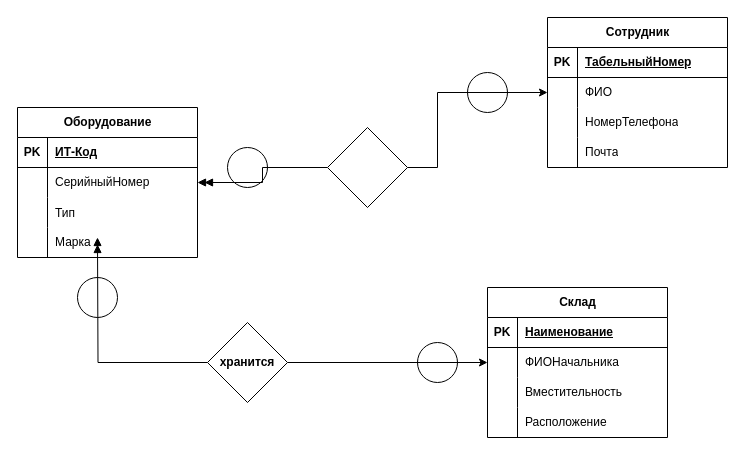
This is page "er" (1 of 2) of Диаграмма без названия.drawio from Vlad-Efremovv/practice, a draw.io file, before an edit. Source tidied: cells renumbered, new cells numbered last; positions are measured from the earlier drawing's top-left corner, leaving out a move shared by most shapes. Both pictures are drawn from the tidied source at 100%, with x=0, y=0 at pixel (17, 17).
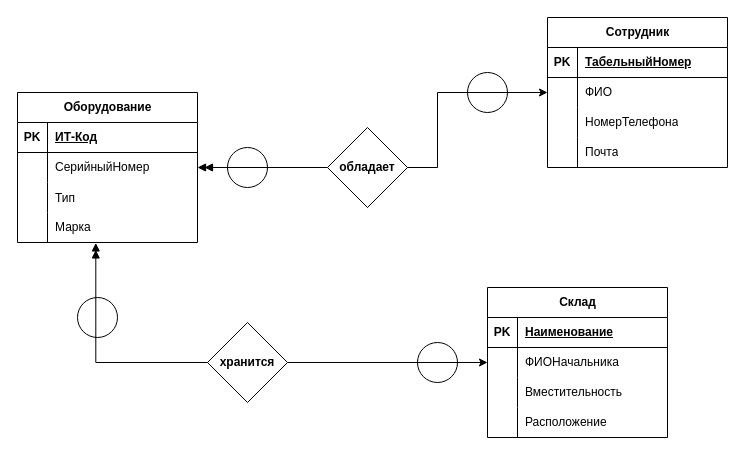
The same page after the edit.

The change refers to these unchanged cells:
```xml
<mxCell id="17" style="shape=tableRow;horizontal=0;startSize=0;swimlaneHead=0;swimlaneBody=0;fillColor=none;points=[[0,0.5],[1,0.5]];portConstraint=eastwest;top=0;left=0;right=0;bottom=0;" parent="7" vertex="1">
  <mxGeometry y="120" width="180" height="30" as="geometry" />
</mxCell>
<mxCell id="48" value="хранится" style="rhombus;whiteSpace=wrap;html=1;startSize=30;fontStyle=1;" parent="1" vertex="1">
  <mxGeometry x="190" y="305" width="80" height="80" as="geometry" />
</mxCell>
```

What changed in the source:
```diff
@@
     <mxCell id="5" style="ellipse;whiteSpace=wrap;html=1;" parent="1" vertex="1">
-      <mxGeometry x="60" y="260" width="40" height="40" as="geometry" />
+      <mxGeometry x="60" y="280" width="40" height="40" as="geometry" />
     </mxCell>
@@
     <mxCell id="7" value="Оборудование" style="shape=table;startSize=30;childLayout=tableLayout;rowLines=0;fontStyle=1;align=center;html=1;" parent="1" vertex="1">
-      <mxGeometry y="90" width="180" height="150" as="geometry" />
+      <mxGeometry y="75" width="180" height="150" as="geometry" />
     </mxCell>
@@
-    <mxCell id="47" style="edgeStyle=orthogonalEdgeStyle;rounded=0;jettySize=auto;html=1;endArrow=doubleBlock;endFill=1;" parent="1" edge="1" source="48">
+    <mxCell id="47" style="edgeStyle=orthogonalEdgeStyle;rounded=0;jettySize=auto;html=1;endArrow=doubleBlock;endFill=1;entryX=0.435;entryY=1.015;entryDx=0;entryDy=0;entryPerimeter=0;" parent="1" edge="1" source="48" target="17">
       <mxGeometry relative="1" as="geometry">
-        <mxPoint x="80" y="220" as="targetPoint" />
+        <Array as="points">
+          <mxPoint x="78" y="345" />
+        </Array>
       </mxGeometry>
     </mxCell>
@@
-    <mxCell id="50" style="rhombus;whiteSpace=wrap;html=1;startSize=30;fontStyle=1;" parent="1" vertex="1">
+    <mxCell id="50" value="обладает" style="rhombus;whiteSpace=wrap;html=1;startSize=30;fontStyle=1;" parent="1" vertex="1">
       <mxGeometry x="310" y="110" width="80" height="80" as="geometry" />
     </mxCell>
```
